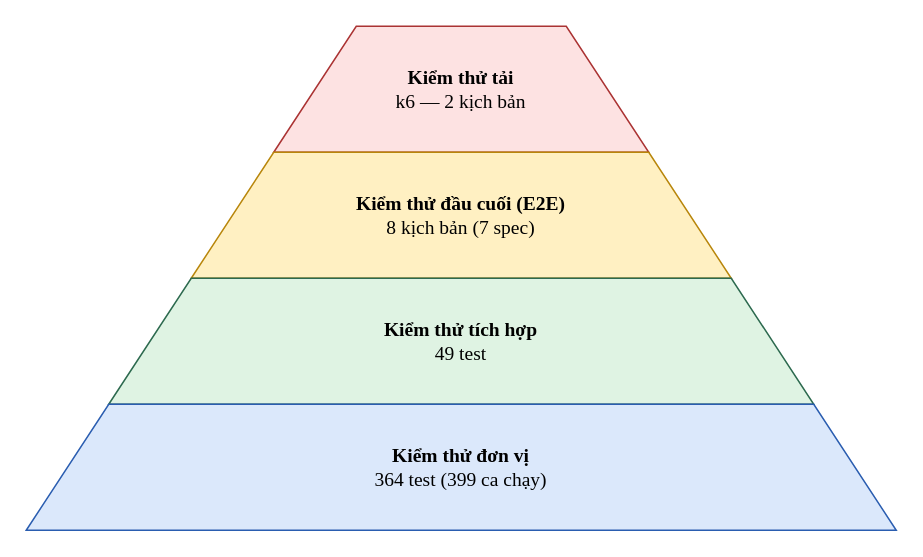
Before: docs/so-do/drawio/hinh-6-1.drawio in nguyenhiennnnn/cinema-v2, a draw.io diagram. Source tidied: cells renumbered, new cells numbered last; positions are measured from the earlier drawing's top-left corner, leaving out a move shared by most shapes. Both pictures are drawn from the tidied source at 150%, with x=0, y=0 at pixel (26, 26).
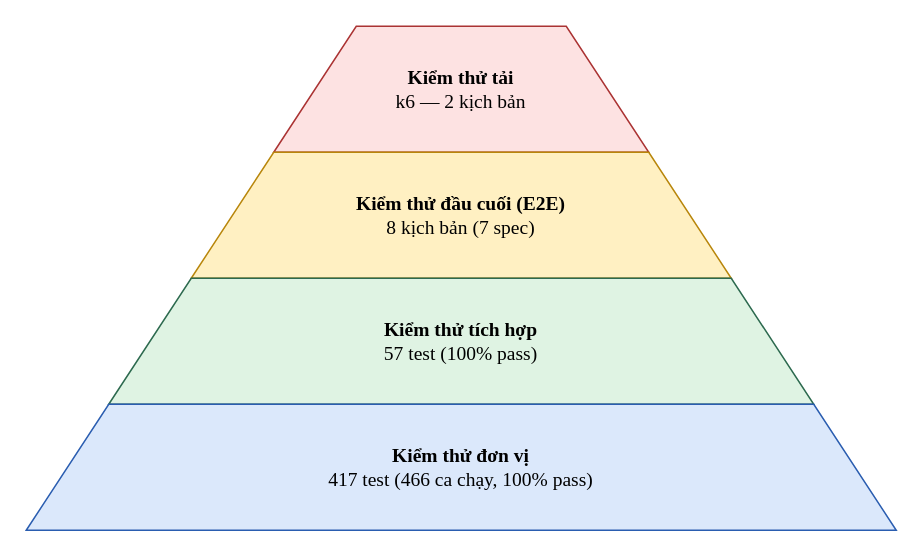
The same page after the edit.

Diff of the diagram source:
```diff
@@
 <mxGraphModel>
   <root>
     <mxCell id="0" />
     <mxCell id="1" parent="0" />
     <mxCell id="2" value="&lt;b&gt;Kiểm thử tải&lt;/b&gt;&lt;br&gt;k6 — 2 kịch bản" style="shape=trapezoid;perimeter=trapezoidPerimeter;whiteSpace=wrap;html=1;fixedSize=1;size=55;fillColor=#fde2e2;strokeColor=#a33;fontFamily=Times New Roman;fontSize=13;" parent="1" vertex="1">
       <mxGeometry x="165" width="250" height="84" as="geometry" />
     </mxCell>
     <mxCell id="3" value="&lt;b&gt;Kiểm thử đầu cuối (E2E)&lt;/b&gt;&lt;br&gt;8 kịch bản (7 spec)" style="shape=trapezoid;perimeter=trapezoidPerimeter;whiteSpace=wrap;html=1;fixedSize=1;size=55;fillColor=#fff0c2;strokeColor=#b8860b;fontFamily=Times New Roman;fontSize=13;" parent="1" vertex="1">
       <mxGeometry x="110" y="84" width="360" height="84" as="geometry" />
     </mxCell>
-    <mxCell id="4" value="&lt;b&gt;Kiểm thử tích hợp&lt;/b&gt;&lt;br&gt;49 test" style="shape=trapezoid;perimeter=trapezoidPerimeter;whiteSpace=wrap;html=1;fixedSize=1;size=55;fillColor=#dff3e3;strokeColor=#2d6a4f;fontFamily=Times New Roman;fontSize=13;" parent="1" vertex="1">
+    <mxCell id="4" value="&lt;b&gt;Kiểm thử tích hợp&lt;/b&gt;&lt;br&gt;57 test (100% pass)" style="shape=trapezoid;perimeter=trapezoidPerimeter;whiteSpace=wrap;html=1;fixedSize=1;size=55;fillColor=#dff3e3;strokeColor=#2d6a4f;fontFamily=Times New Roman;fontSize=13;" parent="1" vertex="1">
       <mxGeometry x="55" y="168" width="470" height="84" as="geometry" />
     </mxCell>
-    <mxCell id="5" value="&lt;b&gt;Kiểm thử đơn vị&lt;/b&gt;&lt;br&gt;364 test (399 ca chạy)" style="shape=trapezoid;perimeter=trapezoidPerimeter;whiteSpace=wrap;html=1;fixedSize=1;size=55;fillColor=#dbe8fb;strokeColor=#2a5db0;fontFamily=Times New Roman;fontSize=13;" parent="1" vertex="1">
+    <mxCell id="5" value="&lt;b&gt;Kiểm thử đơn vị&lt;/b&gt;&lt;br&gt;417 test (466 ca chạy, 100% pass)" style="shape=trapezoid;perimeter=trapezoidPerimeter;whiteSpace=wrap;html=1;fixedSize=1;size=55;fillColor=#dbe8fb;strokeColor=#2a5db0;fontFamily=Times New Roman;fontSize=13;" parent="1" vertex="1">
       <mxGeometry y="252" width="580" height="84" as="geometry" />
     </mxCell>
   </root>
 </mxGraphModel>
```
